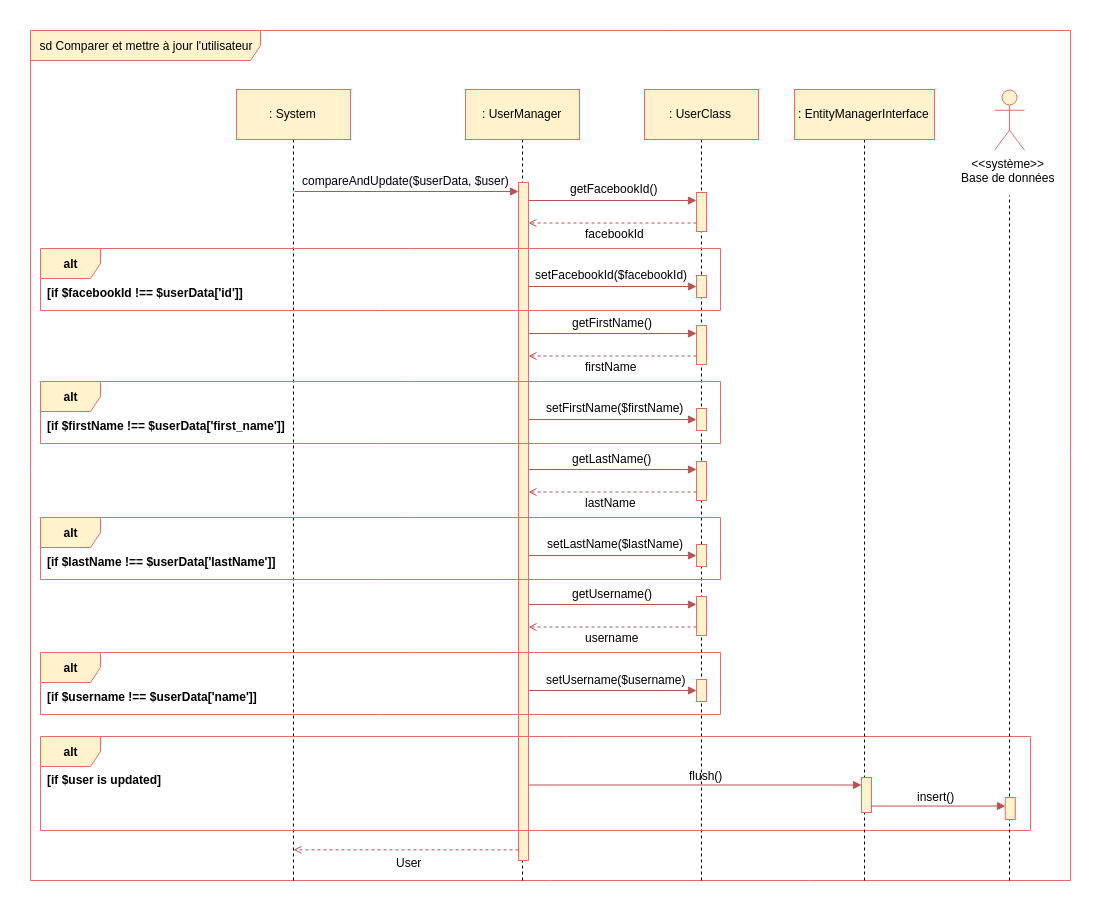
Thibok/Bilemo keeps this draw.io diagram as api/Diagrammes/Comparer_mettre_a_jour_utilisateur.png. Above is the earlier version. Source tidied: cells renumbered, new cells last; positions are measured from the earlier drawing's top-left corner, leaving out a move shared by most shapes.
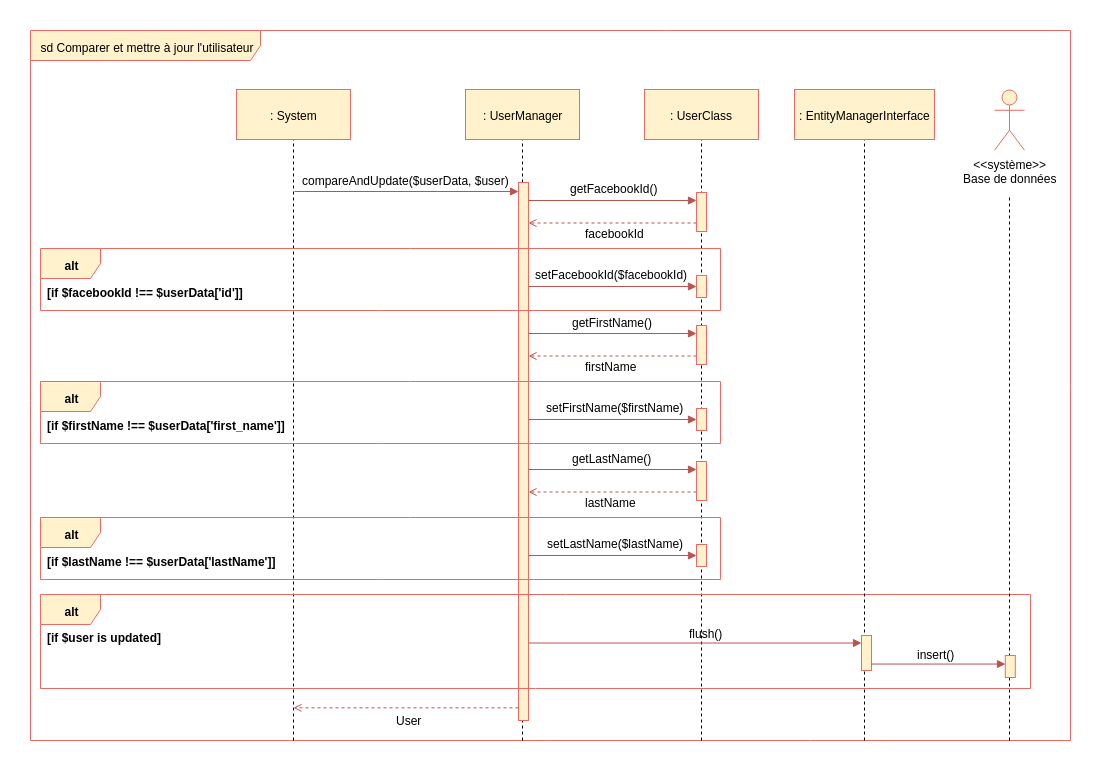
Later version of the same file.

Change to the diagram source:
```diff
@@ -3,17 +3,17 @@
     <mxCell id="0" />
     <mxCell id="1" parent="0" />
     <mxCell id="2" value="sd Comparer et mettre à jour l'utilisateur&lt;br&gt;" style="shape=umlFrame;whiteSpace=wrap;html=1;width=230;height=30;fillColor=#fff2cc;strokeColor=#EA6B66;" parent="1" vertex="1">
-      <mxGeometry width="1040" height="850" as="geometry" />
+      <mxGeometry width="1040" height="710" as="geometry" />
     </mxCell>
     <mxCell id="3" style="endArrow=none;dashed=1;html=1;entryX=0.5;entryY=1;exitX=0.197;exitY=1.001;exitPerimeter=0;" parent="1" edge="1">
       <mxGeometry relative="1" as="geometry">
-        <mxPoint x="492" y="850" as="sourcePoint" />
+        <mxPoint x="492" y="710" as="sourcePoint" />
         <mxPoint x="492" y="105.3" as="targetPoint" />
       </mxGeometry>
     </mxCell>
     <mxCell id="4" style="endArrow=none;dashed=1;html=1;entryX=0.5;entryY=1;" parent="1" edge="1">
       <mxGeometry relative="1" as="geometry">
-        <mxPoint x="263" y="850" as="sourcePoint" />
+        <mxPoint x="263" y="710" as="sourcePoint" />
         <mxPoint x="263" y="102" as="targetPoint" />
       </mxGeometry>
     </mxCell>
@@ -21,7 +21,7 @@
       <mxGeometry x="435" y="59" width="114" height="50" as="geometry" />
     </mxCell>
     <mxCell id="6" style="html=1;perimeter=orthogonalPerimeter;fillColor=#fff2cc;strokeColor=#EA6B66;" parent="1" vertex="1">
-      <mxGeometry x="488" y="152" width="10" height="678" as="geometry" />
+      <mxGeometry x="488" y="152" width="10" height="538" as="geometry" />
     </mxCell>
     <mxCell id="7" style="endArrow=block;html=1;endFill=1;fillColor=#f8cecc;strokeColor=#b85450;" parent="1" edge="1">
       <mxGeometry relative="1" as="geometry">
@@ -34,7 +34,7 @@
     </mxCell>
     <mxCell id="9" style="endArrow=none;dashed=1;html=1;entryX=0.5;entryY=1;" parent="1" edge="1">
       <mxGeometry relative="1" as="geometry">
-        <mxPoint x="671" y="850" as="sourcePoint" />
+        <mxPoint x="671" y="710" as="sourcePoint" />
         <mxPoint x="671" y="92.8" as="targetPoint" />
       </mxGeometry>
     </mxCell>
@@ -164,54 +164,15 @@
     <mxCell id="42" style="html=1;perimeter=orthogonalPerimeter;fillColor=#fff2cc;strokeColor=#EA6B66;" parent="1" vertex="1">
       <mxGeometry x="666" y="514" width="10" height="22" as="geometry" />
     </mxCell>
-    <mxCell id="43" style="endArrow=open;html=1;endFill=0;fillColor=#f8cecc;strokeColor=#b85450;dashed=1;exitX=0.7;exitY=0.804;exitPerimeter=0;" parent="1" edge="1">
-      <mxGeometry relative="1" as="geometry">
-        <mxPoint x="666" y="596.5" as="sourcePoint" />
-        <mxPoint x="498" y="596.5" as="targetPoint" />
-      </mxGeometry>
-    </mxCell>
-    <mxCell id="44" value="&lt;div&gt;&lt;span&gt;getUsername()&lt;/span&gt;&lt;/div&gt;" style="text;html=1;align=left;verticalAlign=top;spacingTop=-4;fontStyle=0;" parent="1" vertex="1">
-      <mxGeometry x="540" y="554" width="100" height="10" as="geometry" />
-    </mxCell>
-    <mxCell id="45" style="endArrow=block;html=1;endFill=1;fillColor=#f8cecc;strokeColor=#b85450;" parent="1" edge="1">
-      <mxGeometry relative="1" as="geometry">
-        <mxPoint x="498" y="574" as="sourcePoint" />
-        <mxPoint x="666" y="574" as="targetPoint" />
-      </mxGeometry>
-    </mxCell>
-    <mxCell id="46" style="html=1;perimeter=orthogonalPerimeter;fillColor=#fff2cc;strokeColor=#EA6B66;" parent="1" vertex="1">
-      <mxGeometry x="666" y="566" width="10" height="39" as="geometry" />
-    </mxCell>
-    <mxCell id="47" value="username" style="text;html=1;align=left;verticalAlign=top;spacingTop=-4;" parent="1" vertex="1">
-      <mxGeometry x="552.5" y="598" width="70" height="10" as="geometry" />
-    </mxCell>
-    <mxCell id="48" value="alt" style="shape=umlFrame;whiteSpace=wrap;html=1;fontColor=#000000;fillColor=#fff2cc;strokeColor=#EA6B66;fontStyle=1;" parent="1" vertex="1">
-      <mxGeometry x="10" y="622" width="680" height="62" as="geometry" />
-    </mxCell>
-    <mxCell id="49" value="[if $username !== $userData['name']]" style="text;html=1;align=left;verticalAlign=top;spacingTop=-4;fontStyle=1;" parent="1" vertex="1">
-      <mxGeometry x="15" y="657" width="210" height="10" as="geometry" />
-    </mxCell>
-    <mxCell id="50" value="&lt;div&gt;&lt;span&gt;setUsername($username)&lt;/span&gt;&lt;/div&gt;" style="text;html=1;align=left;verticalAlign=top;spacingTop=-4;fontStyle=0;" parent="1" vertex="1">
-      <mxGeometry x="514" y="640" width="150" height="10" as="geometry" />
-    </mxCell>
-    <mxCell id="51" style="endArrow=block;html=1;endFill=1;fillColor=#f8cecc;strokeColor=#b85450;" parent="1" edge="1">
-      <mxGeometry relative="1" as="geometry">
-        <mxPoint x="498" y="660" as="sourcePoint" />
-        <mxPoint x="666" y="660" as="targetPoint" />
-      </mxGeometry>
-    </mxCell>
-    <mxCell id="52" style="html=1;perimeter=orthogonalPerimeter;fillColor=#fff2cc;strokeColor=#EA6B66;" parent="1" vertex="1">
-      <mxGeometry x="666" y="649" width="10" height="22" as="geometry" />
-    </mxCell>
     <mxCell id="53" value="alt" style="shape=umlFrame;whiteSpace=wrap;html=1;fontColor=#000000;fillColor=#fff2cc;strokeColor=#EA6B66;fontStyle=1;" parent="1" vertex="1">
-      <mxGeometry x="10" y="706" width="990" height="94" as="geometry" />
+      <mxGeometry x="10" y="564" width="990" height="94" as="geometry" />
     </mxCell>
     <mxCell id="54" value="[if $user is updated]" style="text;html=1;align=left;verticalAlign=top;spacingTop=-4;fontStyle=1;" parent="1" vertex="1">
-      <mxGeometry x="15" y="740" width="120" height="10" as="geometry" />
+      <mxGeometry x="15" y="598" width="120" height="10" as="geometry" />
     </mxCell>
     <mxCell id="55" style="endArrow=none;dashed=1;html=1;entryX=0.5;entryY=1;" parent="1" edge="1">
       <mxGeometry relative="1" as="geometry">
-        <mxPoint x="834" y="850" as="sourcePoint" />
+        <mxPoint x="834" y="710" as="sourcePoint" />
         <mxPoint x="834" y="102.8" as="targetPoint" />
       </mxGeometry>
     </mxCell>
@@ -219,43 +180,43 @@
       <mxGeometry x="764" y="59" width="140" height="50" as="geometry" />
     </mxCell>
     <mxCell id="57" style="html=1;perimeter=orthogonalPerimeter;fillColor=#fff2cc;strokeColor=#EA6B66;" parent="1" vertex="1">
-      <mxGeometry x="831" y="747" width="10" height="35" as="geometry" />
+      <mxGeometry x="831" y="605" width="10" height="35" as="geometry" />
     </mxCell>
     <mxCell id="58" style="endArrow=block;html=1;endFill=1;fillColor=#f8cecc;strokeColor=#b85450;" parent="1" edge="1">
       <mxGeometry relative="1" as="geometry">
-        <mxPoint x="498" y="754.5" as="sourcePoint" />
-        <mxPoint x="831" y="754.5" as="targetPoint" />
+        <mxPoint x="498" y="612.5" as="sourcePoint" />
+        <mxPoint x="831" y="612.5" as="targetPoint" />
       </mxGeometry>
     </mxCell>
     <mxCell id="59" value="flush()" style="text;html=1;align=left;verticalAlign=top;spacingTop=-4;" parent="1" vertex="1">
-      <mxGeometry x="657" y="736" width="50" height="10" as="geometry" />
+      <mxGeometry x="657" y="594" width="50" height="10" as="geometry" />
     </mxCell>
     <mxCell id="60" style="endArrow=none;dashed=1;html=1;entryX=0.5;entryY=1;" parent="1" edge="1">
       <mxGeometry relative="1" as="geometry">
-        <mxPoint x="979" y="850" as="sourcePoint" />
+        <mxPoint x="979" y="710" as="sourcePoint" />
         <mxPoint x="979" y="165" as="targetPoint" />
       </mxGeometry>
     </mxCell>
     <mxCell id="61" style="html=1;perimeter=orthogonalPerimeter;fillColor=#fff2cc;strokeColor=#EA6B66;" parent="1" vertex="1">
-      <mxGeometry x="974.8" y="767" width="10" height="22" as="geometry" />
+      <mxGeometry x="974.8" y="625" width="10" height="22" as="geometry" />
     </mxCell>
     <mxCell id="62" style="endArrow=block;html=1;endFill=1;fillColor=#f8cecc;strokeColor=#b85450;" parent="1" edge="1">
       <mxGeometry relative="1" as="geometry">
-        <mxPoint x="840.5" y="775.6" as="sourcePoint" />
-        <mxPoint x="975" y="775.6" as="targetPoint" />
+        <mxPoint x="840.5" y="633.6" as="sourcePoint" />
+        <mxPoint x="975" y="633.6" as="targetPoint" />
       </mxGeometry>
     </mxCell>
     <mxCell id="63" value="insert()" style="text;html=1;align=left;verticalAlign=top;spacingTop=-4;" parent="1" vertex="1">
-      <mxGeometry x="884.5" y="757" width="50" height="10" as="geometry" />
+      <mxGeometry x="884.5" y="615" width="50" height="10" as="geometry" />
     </mxCell>
     <mxCell id="64" style="endArrow=open;html=1;endFill=0;fillColor=#f8cecc;strokeColor=#b85450;dashed=1;exitX=0.7;exitY=0.804;exitPerimeter=0;" parent="1" edge="1">
       <mxGeometry relative="1" as="geometry">
-        <mxPoint x="488" y="819.3" as="sourcePoint" />
-        <mxPoint x="263" y="819.3" as="targetPoint" />
+        <mxPoint x="488" y="677.3" as="sourcePoint" />
+        <mxPoint x="263" y="677.3" as="targetPoint" />
       </mxGeometry>
     </mxCell>
     <mxCell id="65" value="User" style="text;html=1;align=left;verticalAlign=top;spacingTop=-4;" parent="1" vertex="1">
-      <mxGeometry x="364" y="823" width="40" height="10" as="geometry" />
+      <mxGeometry x="364" y="681" width="40" height="10" as="geometry" />
     </mxCell>
   </root>
 </mxGraphModel>
```
